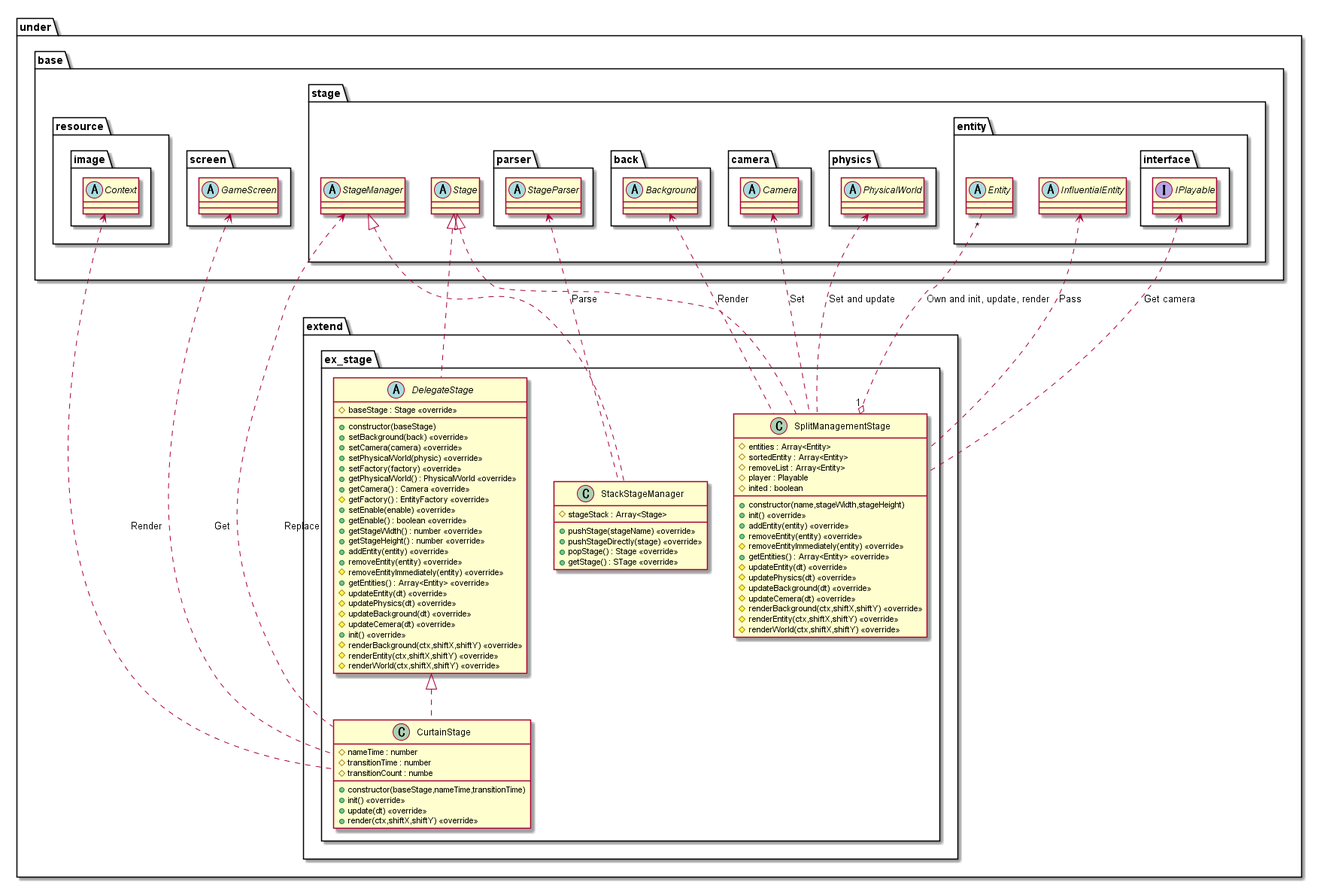
Expine/Under keeps this PlantUML diagram as out/uml/stage/Extend/StageExtend.png. Above is the earlier version.
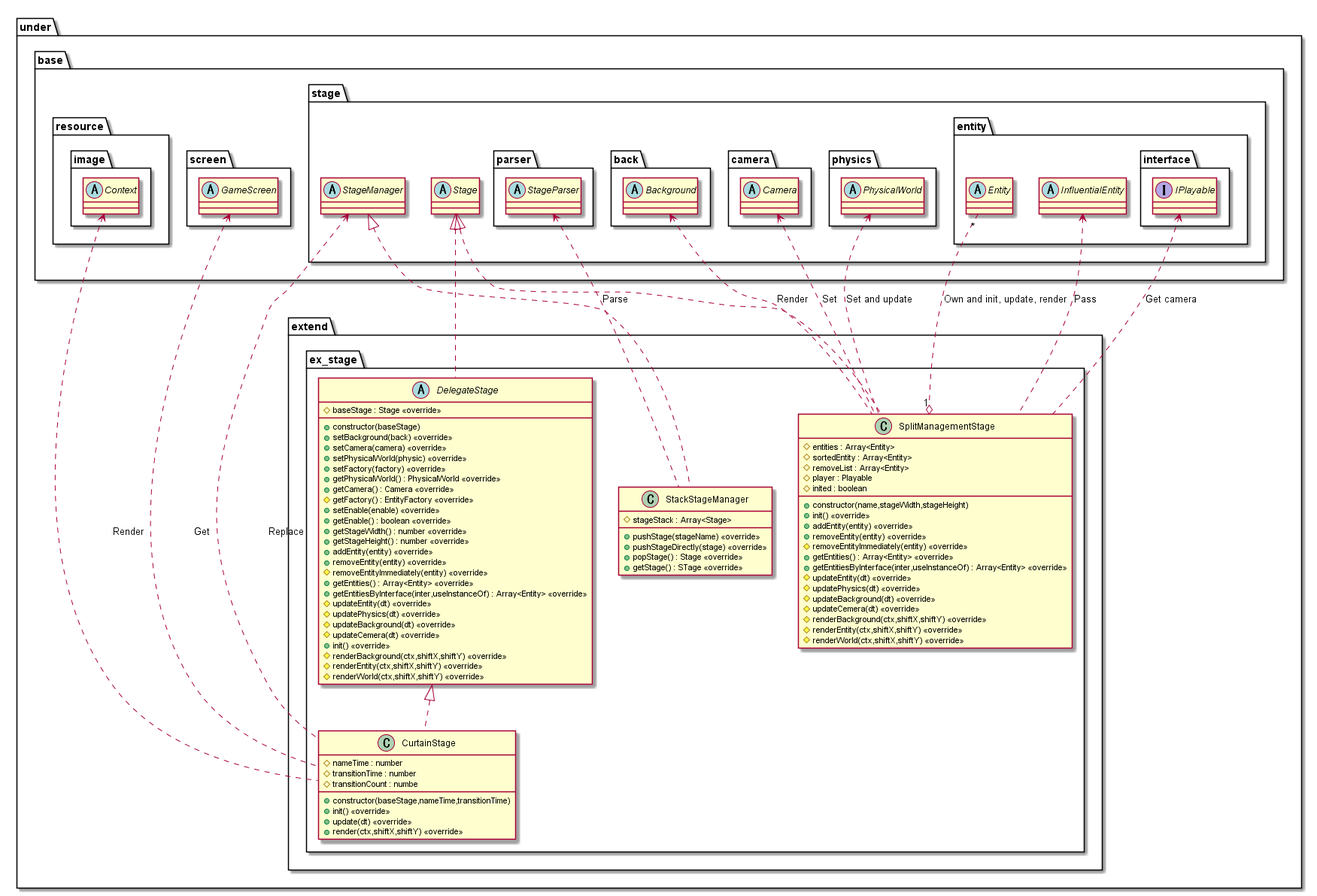
After the commit.

The edit, as a diff of the source:
```diff
@@ -21,6 +21,7 @@
                 +removeEntity(entity) <<override>>
                 #removeEntityImmediately(entity) <<override>>
                 +getEntities() : Array<Entity> <<override>>
+                +getEntitiesByInterface(inter,useInstanceOf) : Array<Entity> <<override>>
                 #updateEntity(dt) <<override>>
                 #updatePhysics(dt) <<override>>
                 #updateBackground(dt) <<override>>
@@ -47,6 +48,7 @@
                 +removeEntity(entity) <<override>>
                 #removeEntityImmediately(entity) <<override>>
                 +getEntities() : Array<Entity> <<override>>
+                +getEntitiesByInterface(inter,useInstanceOf) : Array<Entity> <<override>>
                 #updateEntity(dt) <<override>>
                 #updatePhysics(dt) <<override>>
                 #updateBackground(dt) <<override>>
```
